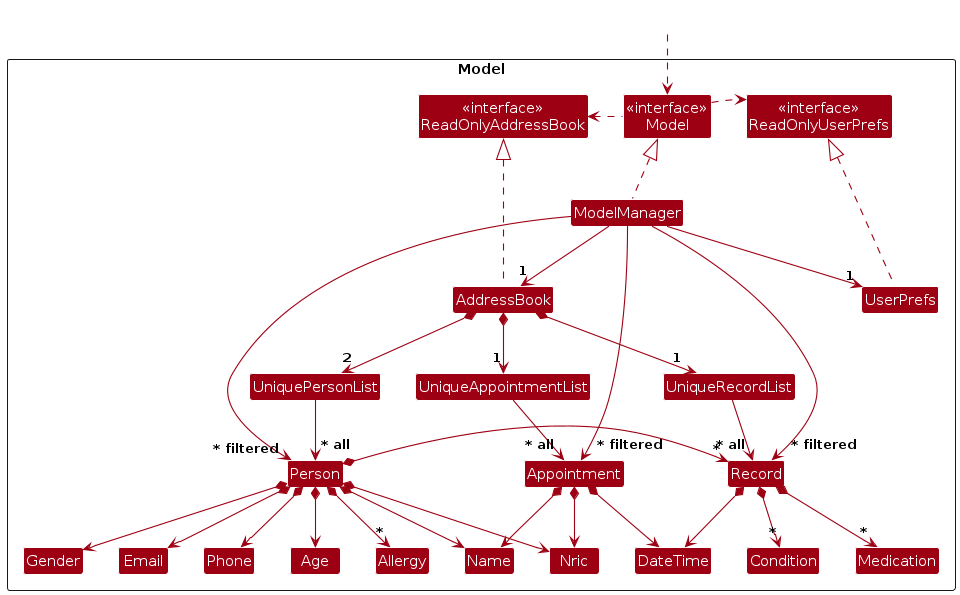
Before: diagrams/ModelClassDiagram.png, a diagram exported from PlantUML (ryanongwx/tp). Its source is kept beside it as diagrams/ModelClassDiagram.puml.
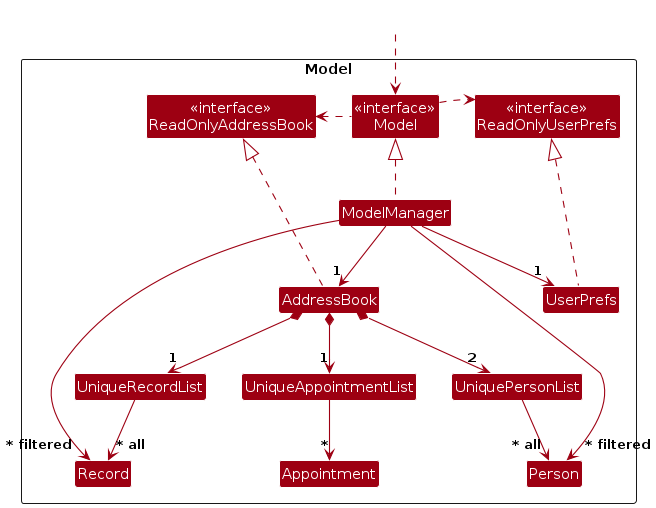
Above is the later version.

The edit, as a diff of the source:
```diff
@@ -16,18 +16,7 @@
 Class UniqueRecordList
 Class UniqueAppointmentList
 Class Person
-Class Email
-Class Name
-Class Phone
-Class Age
-Class Allergy
-Class Gender
-Class Phone
-Class Nric
 Class Record
-Class DateTime
-Class Condition
-Class Medication
 Class Appointment
 
 Class I #FFFFFF
@@ -46,33 +35,19 @@
 ModelManager -down-> "1" AddressBook
 ModelManager -down-> "1" UserPrefs
 
+AddressBook *--> "1" UniqueAppointmentList
 AddressBook *--> "2" UniquePersonList
 AddressBook *--> "1" UniqueRecordList
-AddressBook *--> "1" UniqueAppointmentList
+ModelManager --> "~* filtered" Person
+ModelManager --> "~* filtered" Record
 UniquePersonList --> "~* all" Person
 UniqueRecordList --> "~* all" Record
-UniqueAppointmentList --> "~* all" Appointment
-Person *--> Name
-Person *--> Phone
-Person *--> Email
-Person *--> Age
-Person *--> Gender
-Person *--> "*" Allergy
-Person *-right-> "*" Record
-Person *--> Nric
-Record *--> DateTime
-Record *--> "*" Condition
-Record *--> "*" Medication
-Appointment *--> DateTime
-Appointment *--> Name
-Appointment *--> Nric
+UniqueAppointmentList --> "~*" Appointment
 
 ModelManager -[hidden]down- UniquePersonList
 ModelManager -[hidden]down- UniqueRecordList
-ModelManager -[hidden]down- UniqueAppointmentList
+UniqueAppointmentList -[hidden]right- UniquePersonList
 
-ModelManager --> "~* filtered" Person
-ModelManager --> "~* filtered" Record
-ModelManager --> "~* filtered" Appointment
+
 
 @enduml
```
